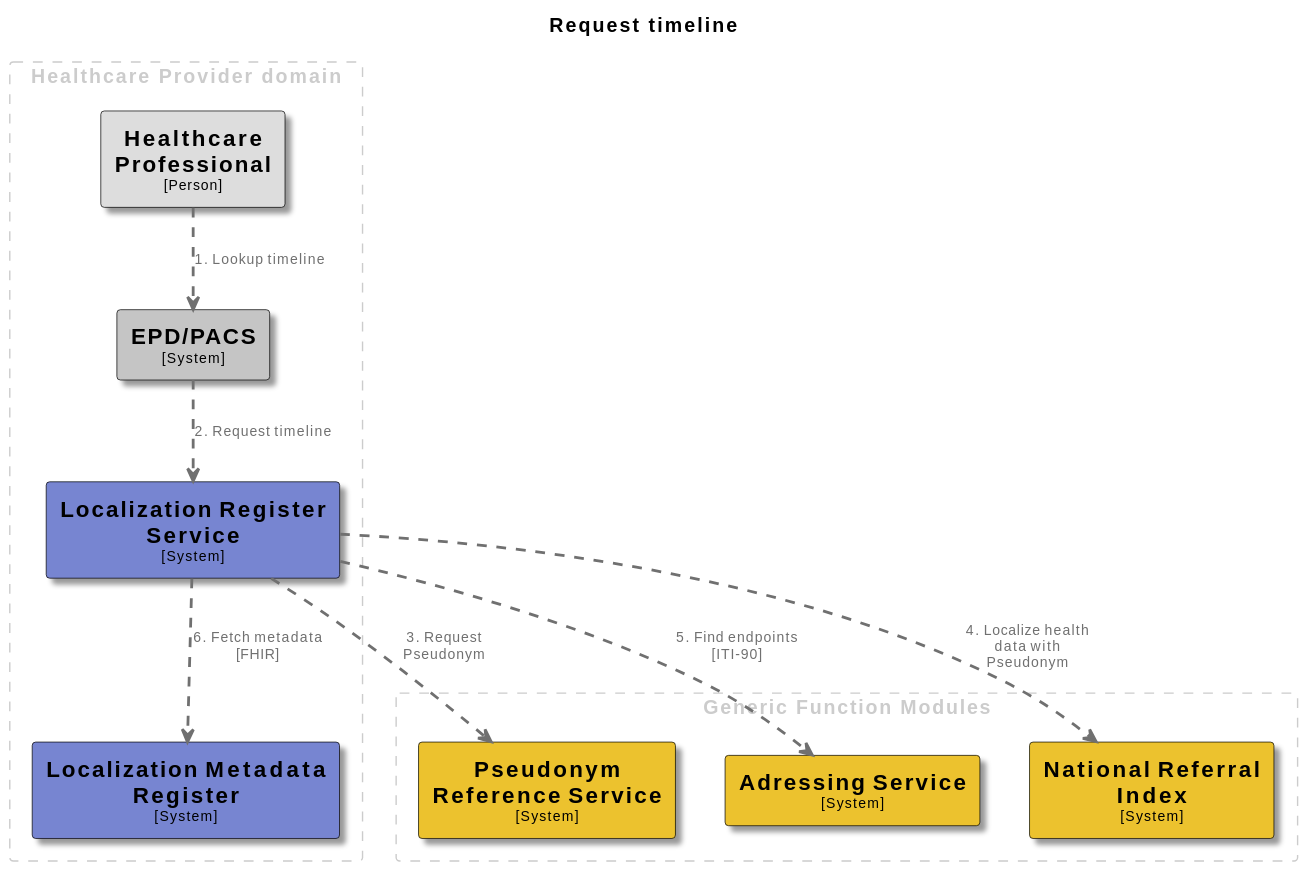
minvws/gfmodules-coordination keeps this PlantUML diagram as docs/images/structurizr-RequestTimeline.svg. Above is the earlier version.
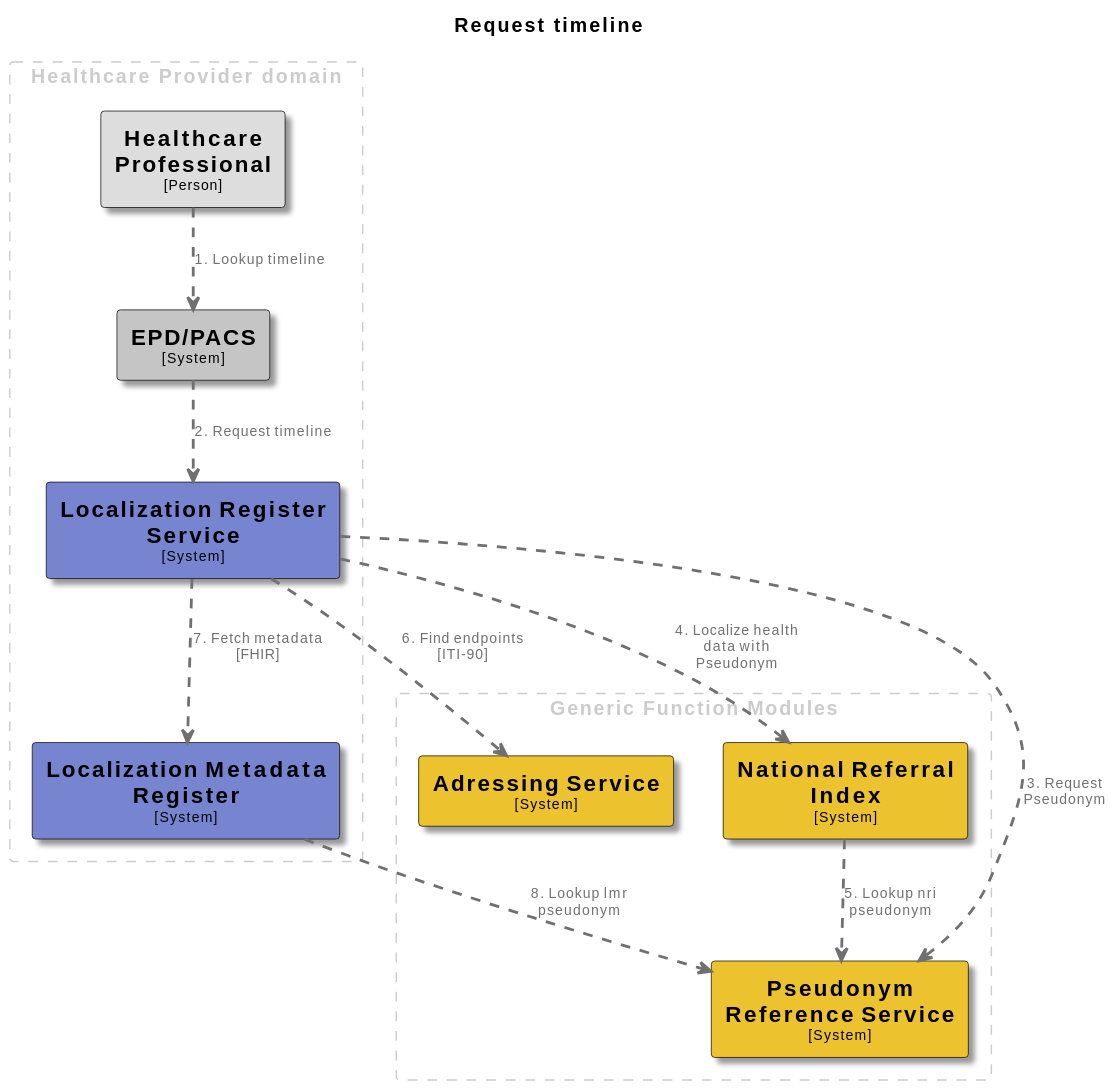
After the commit.

Change to the diagram source:
```diff
@@ -81,6 +81,8 @@
 EPDPACS .[#707070,thickness=2].> LocalizationRegisterService : "<color:#707070>2. Request timeline"
 LocalizationRegisterService .[#707070,thickness=2].> PseudonymReferenceService : "<color:#707070>3. Request Pseudonym"
 LocalizationRegisterService .[#707070,thickness=2].> NationalReferralIndex : "<color:#707070>4. Localize health data with Pseudonym"
-LocalizationRegisterService .[#707070,thickness=2].> AdressingService : "<color:#707070>5. Find endpoints [ITI-90]"
-LocalizationRegisterService .[#707070,thickness=2].> LocalizationMetadataRegister : "<color:#707070>6. Fetch metadata [FHIR]"
+NationalReferralIndex .[#707070,thickness=2].> PseudonymReferenceService : "<color:#707070>5. Lookup nri pseudonym"
+LocalizationRegisterService .[#707070,thickness=2].> AdressingService : "<color:#707070>6. Find endpoints [ITI-90]"
+LocalizationRegisterService .[#707070,thickness=2].> LocalizationMetadataRegister : "<color:#707070>7. Fetch metadata [FHIR]"
+LocalizationMetadataRegister .[#707070,thickness=2].> PseudonymReferenceService : "<color:#707070>8. Lookup lmr pseudonym"
 @enduml
```
